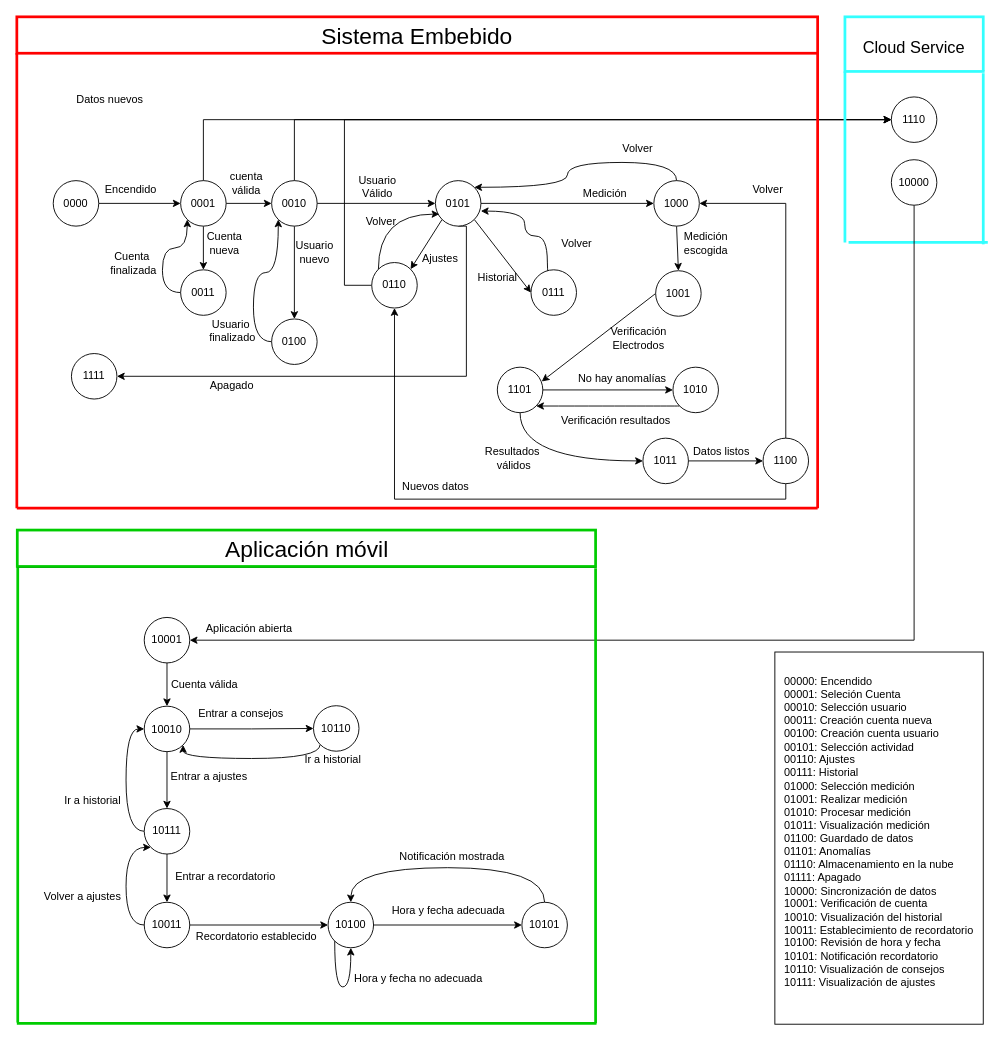
Above: Tercera_Fase/Diagramas de software/Diagrama_Estados.drawio in Angeloib98/BIATRONIC (draw.io), before the change. Source tidied: cells renumbered, new cells numbered last; positions are measured from the earlier drawing's top-left corner, leaving out a move shared by most shapes. Both pictures are drawn from the tidied source at 91%, with x=0, y=0 at pixel (16, 16).
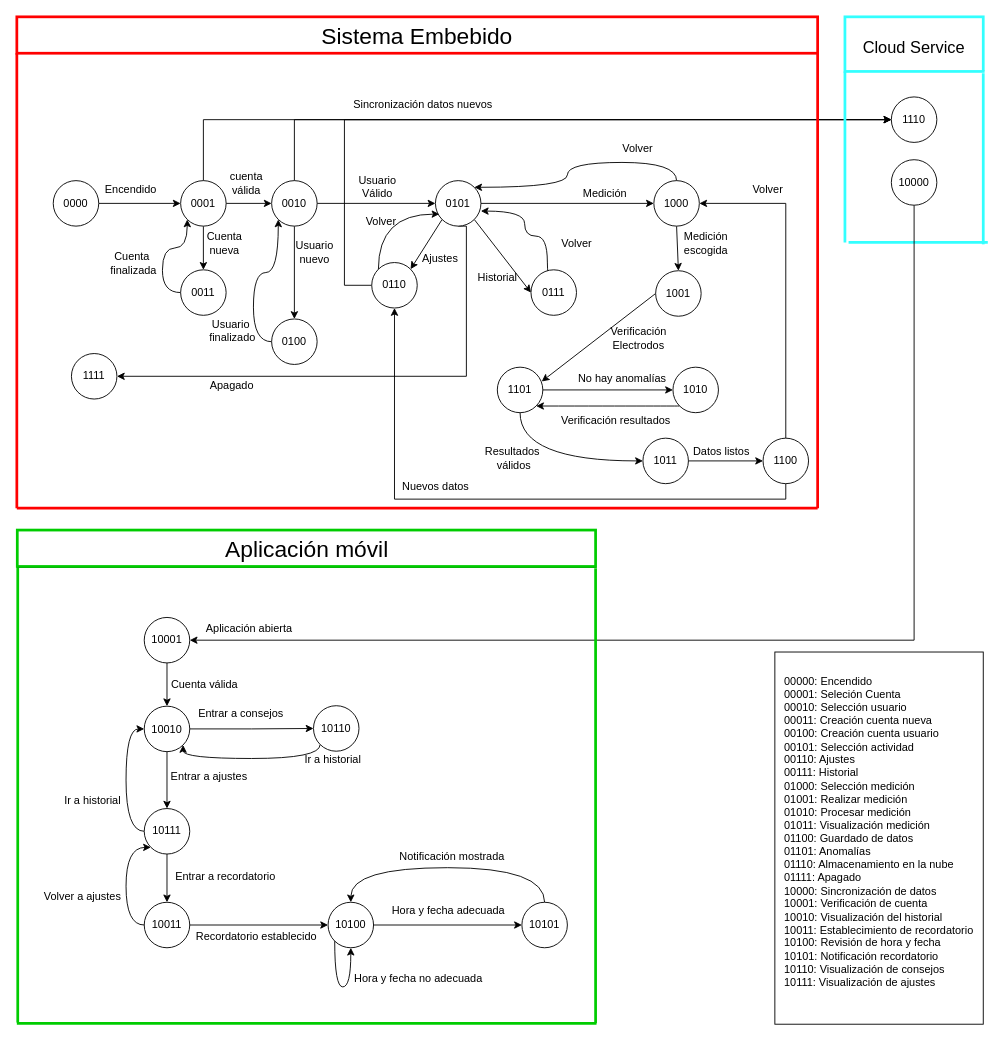
After the change.

The edit, as a diff of the source:
```diff
@@
-    <mxCell id="92" value="Datos nuevos" style="text;html=1;align=center;verticalAlign=middle;strokeColor=none;fillColor=none;" parent="1" vertex="1">
-      <mxGeometry x="60" y="82" width="83" height="17" as="geometry" />
+    <mxCell id="92" value="Sincronización datos nuevos" style="text;html=1;align=center;verticalAlign=middle;strokeColor=none;fillColor=none;" parent="1" vertex="1">
+      <mxGeometry x="365" y="88" width="162" height="17" as="geometry" />
     </mxCell>
```
